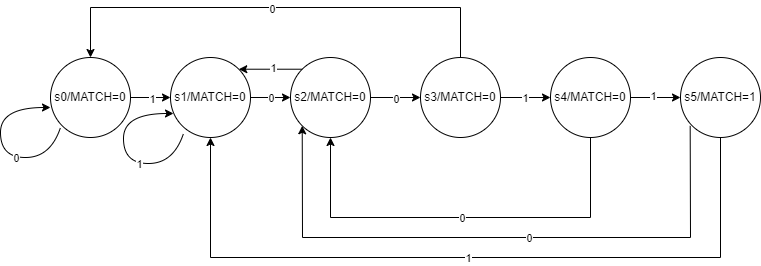
This is advanced/fsm.png from rong-hash/chipgptv_img, a draw.io export, as it was before one commit. Source tidied: cells renumbered, new cells last; positions are measured from the earlier drawing's top-left corner, leaving out a move shared by most shapes.
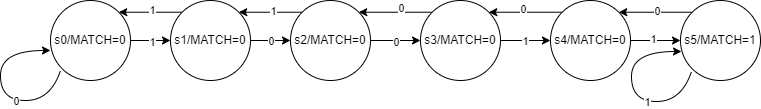
Above is the later version.

Commit message:
change fsm state diagram

The edit, as a diff of the source:
```diff
@@ -19,6 +19,12 @@
         <mxPoint x="-3" y="-2" as="offset" />
       </mxGeometry>
     </mxCell>
+    <mxCell id="32" style="edgeStyle=orthogonalEdgeStyle;rounded=0;jettySize=auto;html=1;entryX=1;entryY=0;entryDx=0;entryDy=0;exitX=0;exitY=0;exitDx=0;exitDy=0;" parent="1" edge="1" source="7" target="4">
+      <mxGeometry relative="1" as="geometry" />
+    </mxCell>
+    <mxCell id="33" value="1" style="edgeLabel;html=1;align=center;verticalAlign=middle;" parent="32" vertex="1">
+      <mxGeometry x="-0.04" y="-2" relative="1" as="geometry" />
+    </mxCell>
     <mxCell id="7" value="s1/MATCH=0" style="ellipse;whiteSpace=wrap;html=1;" parent="1" vertex="1">
       <mxGeometry x="170" y="50" width="80" height="80" as="geometry" />
     </mxCell>
@@ -37,6 +43,14 @@
     <mxCell id="12" value="1" style="edgeLabel;html=1;align=center;verticalAlign=middle;" parent="11" vertex="1">
       <mxGeometry x="-0.05" relative="1" as="geometry" />
     </mxCell>
+    <mxCell id="34" style="edgeStyle=orthogonalEdgeStyle;rounded=0;jettySize=auto;html=1;entryX=1;entryY=0;entryDx=0;entryDy=0;exitX=0;exitY=0;exitDx=0;exitDy=0;" parent="1" edge="1" source="13" target="10">
+      <mxGeometry relative="1" as="geometry" />
+    </mxCell>
+    <mxCell id="35" value="0" style="edgeLabel;html=1;align=center;verticalAlign=middle;" parent="34" vertex="1">
+      <mxGeometry x="-0.16" y="-1" relative="1" as="geometry">
+        <mxPoint y="-3" as="offset" />
+      </mxGeometry>
+    </mxCell>
     <mxCell id="13" value="s3/MATCH=0" style="ellipse;whiteSpace=wrap;html=1;" parent="1" vertex="1">
       <mxGeometry x="420" y="50" width="80" height="80" as="geometry" />
     </mxCell>
@@ -46,9 +60,21 @@
     <mxCell id="15" value="1" style="edgeLabel;html=1;align=center;verticalAlign=middle;" parent="14" vertex="1">
       <mxGeometry x="-0.12" y="2" relative="1" as="geometry" />
     </mxCell>
+    <mxCell id="36" style="edgeStyle=orthogonalEdgeStyle;rounded=0;jettySize=auto;html=1;exitX=0;exitY=0;exitDx=0;exitDy=0;entryX=1;entryY=0;entryDx=0;entryDy=0;" parent="1" edge="1" source="16" target="13">
+      <mxGeometry relative="1" as="geometry" />
+    </mxCell>
+    <mxCell id="37" value="0" style="edgeLabel;html=1;align=center;verticalAlign=middle;" parent="36" vertex="1">
+      <mxGeometry x="0.05" y="-3" relative="1" as="geometry" />
+    </mxCell>
     <mxCell id="16" value="s4/MATCH=0" style="ellipse;whiteSpace=wrap;html=1;" parent="1" vertex="1">
       <mxGeometry x="550" y="50" width="80" height="80" as="geometry" />
     </mxCell>
+    <mxCell id="38" style="edgeStyle=orthogonalEdgeStyle;rounded=0;jettySize=auto;html=1;entryX=1;entryY=0;entryDx=0;entryDy=0;exitX=0;exitY=0;exitDx=0;exitDy=0;" parent="1" edge="1" source="17" target="16">
+      <mxGeometry relative="1" as="geometry" />
+    </mxCell>
+    <mxCell id="39" value="0" style="edgeLabel;html=1;align=center;verticalAlign=middle;" parent="38" vertex="1">
+      <mxGeometry x="-0.04" y="-1" relative="1" as="geometry" />
+    </mxCell>
     <mxCell id="17" value="s5/MATCH=1" style="ellipse;whiteSpace=wrap;html=1;" parent="1" vertex="1">
       <mxGeometry x="680" y="50" width="80" height="80" as="geometry" />
     </mxCell>
@@ -66,71 +92,25 @@
     <mxCell id="19" value="0" style="edgeLabel;html=1;align=center;verticalAlign=middle;" parent="18" vertex="1">
       <mxGeometry x="-0.27" relative="1" as="geometry" />
     </mxCell>
-    <mxCell id="20" style="curved=1;endArrow=classic;html=1;rounded=0;" parent="1" edge="1">
-      <mxGeometry relative="1" as="geometry">
-        <mxPoint x="183" y="126" as="sourcePoint" />
-        <mxPoint x="173" y="106" as="targetPoint" />
-        <Array as="points">
-          <mxPoint x="173" y="156" />
-          <mxPoint x="123" y="156" />
-          <mxPoint x="123" y="106" />
-        </Array>
-      </mxGeometry>
-    </mxCell>
-    <mxCell id="21" value="1" style="edgeLabel;html=1;align=center;verticalAlign=middle;" parent="20" vertex="1">
-      <mxGeometry x="-0.27" relative="1" as="geometry" />
-    </mxCell>
     <mxCell id="22" style="edgeStyle=none;jettySize=auto;html=1;rounded=0;entryX=1;entryY=0;entryDx=0;entryDy=0;exitX=0;exitY=0;exitDx=0;exitDy=0;" parent="1" edge="1" source="10" target="7">
       <mxGeometry relative="1" as="geometry" />
     </mxCell>
     <mxCell id="23" value="1" style="edgeLabel;html=1;align=center;verticalAlign=middle;" parent="22" vertex="1">
       <mxGeometry x="-0.07" y="-1" relative="1" as="geometry" />
     </mxCell>
-    <mxCell id="24" style="edgeStyle=none;jettySize=auto;html=1;rounded=0;entryX=0.5;entryY=0;entryDx=0;entryDy=0;exitX=0.5;exitY=0;exitDx=0;exitDy=0;" parent="1" edge="1" source="13" target="4">
-      <mxGeometry relative="1" as="geometry">
-        <Array as="points">
-          <mxPoint x="460" />
-          <mxPoint x="90" />
-        </Array>
-      </mxGeometry>
-    </mxCell>
-    <mxCell id="25" value="0" style="edgeLabel;html=1;align=center;verticalAlign=middle;" parent="24" vertex="1">
-      <mxGeometry x="0.02" y="1" relative="1" as="geometry" />
-    </mxCell>
-    <mxCell id="26" style="edgeStyle=none;jettySize=auto;html=1;rounded=0;exitX=0.5;exitY=1;exitDx=0;exitDy=0;" parent="1" edge="1" source="16">
-      <mxGeometry relative="1" as="geometry">
-        <mxPoint x="330" y="130" as="targetPoint" />
-        <Array as="points">
-          <mxPoint x="590" y="210" />
-          <mxPoint x="330" y="210" />
-        </Array>
-      </mxGeometry>
-    </mxCell>
-    <mxCell id="27" value="0" style="edgeLabel;html=1;align=center;verticalAlign=middle;" parent="26" vertex="1">
-      <mxGeometry relative="1" as="geometry" />
-    </mxCell>
-    <mxCell id="28" style="edgeStyle=none;jettySize=auto;html=1;rounded=0;exitX=0.5;exitY=1;exitDx=0;exitDy=0;entryX=0.5;entryY=1;entryDx=0;entryDy=0;" parent="1" edge="1" target="7">
-      <mxGeometry relative="1" as="geometry">
-        <mxPoint x="720" y="130" as="sourcePoint" />
-        <Array as="points">
-          <mxPoint x="720" y="250" />
-          <mxPoint x="210" y="250" />
-        </Array>
-      </mxGeometry>
-    </mxCell>
-    <mxCell id="29" value="1" style="edgeLabel;html=1;align=center;verticalAlign=middle;" parent="28" vertex="1">
-      <mxGeometry relative="1" as="geometry" />
-    </mxCell>
-    <mxCell id="30" style="edgeStyle=none;jettySize=auto;html=1;rounded=0;exitX=0.121;exitY=0.855;exitDx=0;exitDy=0;entryX=0;entryY=1;entryDx=0;entryDy=0;exitPerimeter=0;" parent="1" edge="1" source="17" target="10">
-      <mxGeometry relative="1" as="geometry">
-        <Array as="points">
-          <mxPoint x="690" y="230" />
-          <mxPoint x="302" y="230" />
-        </Array>
-      </mxGeometry>
-    </mxCell>
-    <mxCell id="31" value="0" style="edgeLabel;html=1;align=center;verticalAlign=middle;" parent="30" vertex="1">
-      <mxGeometry x="-0.11" relative="1" as="geometry" />
-    </mxCell>
+    <mxCell id="40" style="curved=1;endArrow=classic;html=1;rounded=0;" parent="1" edge="1">
+      <mxGeometry relative="1" as="geometry">
+        <mxPoint x="691" y="121" as="sourcePoint" />
+        <mxPoint x="681" y="101" as="targetPoint" />
+        <Array as="points">
+          <mxPoint x="681" y="151" />
+          <mxPoint x="631" y="151" />
+          <mxPoint x="631" y="101" />
+        </Array>
+      </mxGeometry>
+    </mxCell>
+    <mxCell id="41" value="1" style="edgeLabel;html=1;align=center;verticalAlign=middle;" parent="40" vertex="1">
+      <mxGeometry x="-0.27" relative="1" as="geometry" />
+    </mxCell>
   </root>
 </mxGraphModel>
```
